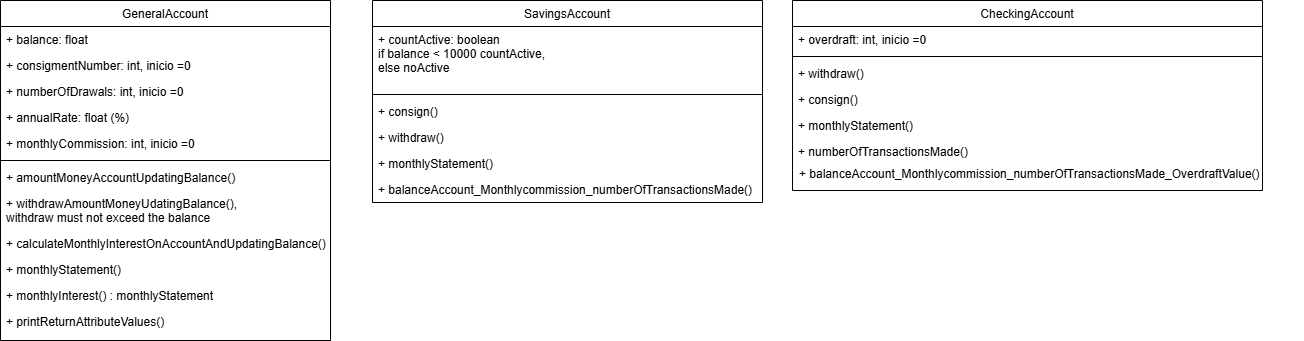
Above: diagram/ex_cuenta_bancaria_diagrama_de_clases.drawio.png in Andreina2/ex__java_cuenta_bancaria (draw.io), before the change. Source tidied: cells renumbered, new cells last; positions are measured from the earlier drawing's top-left corner, leaving out a move shared by most shapes. Its diagram source:
```xml
<mxGraphModel>
  <root>
    <mxCell id="0" />
    <mxCell id="1" parent="0" />
    <mxCell id="2" value="GeneralAccount" style="swimlane;fontStyle=0;align=center;verticalAlign=top;horizontal=1;startSize=26;rounded=0;shadow=0;strokeWidth=1;" parent="1" vertex="1">
      <mxGeometry width="330" height="340" as="geometry" />
    </mxCell>
    <mxCell id="3" value="+ balance: float" style="text;align=left;verticalAlign=top;spacingLeft=4;spacingRight=4;overflow=hidden;" parent="2" vertex="1">
      <mxGeometry y="26" width="330" height="26" as="geometry" />
    </mxCell>
    <mxCell id="4" value="+ consigmentNumber: int, inicio =0" style="text;align=left;verticalAlign=top;spacingLeft=4;spacingRight=4;overflow=hidden;" parent="2" vertex="1">
      <mxGeometry y="52" width="330" height="26" as="geometry" />
    </mxCell>
    <mxCell id="5" value="+ numberOfDrawals: int, inicio =0" style="text;align=left;verticalAlign=top;spacingLeft=4;spacingRight=4;overflow=hidden;" parent="2" vertex="1">
      <mxGeometry y="78" width="330" height="26" as="geometry" />
    </mxCell>
    <mxCell id="6" value="+ annualRate: float (%)" style="text;align=left;verticalAlign=top;spacingLeft=4;spacingRight=4;overflow=hidden;rounded=0;shadow=0;html=0;" parent="2" vertex="1">
      <mxGeometry y="104" width="330" height="26" as="geometry" />
    </mxCell>
    <mxCell id="7" value="+ monthlyCommission: int, inicio =0" style="text;align=left;verticalAlign=top;spacingLeft=4;spacingRight=4;overflow=hidden;rounded=0;shadow=0;html=0;" parent="2" vertex="1">
      <mxGeometry y="130" width="330" height="26" as="geometry" />
    </mxCell>
    <mxCell id="8" style="line;html=1;strokeWidth=1;align=left;verticalAlign=middle;spacingTop=-1;spacingLeft=3;spacingRight=3;labelPosition=right;" parent="2" vertex="1">
      <mxGeometry y="156" width="330" height="8" as="geometry" />
    </mxCell>
    <mxCell id="9" value="+ amountMoneyAccountUpdatingBalance()" style="text;align=left;verticalAlign=top;spacingLeft=4;spacingRight=4;overflow=hidden;rounded=0;shadow=0;html=0;" parent="2" vertex="1">
      <mxGeometry y="164" width="330" height="26" as="geometry" />
    </mxCell>
    <mxCell id="10" value="+ withdrawAmountMoneyUdatingBalance(), &#10;withdraw must not exceed the balance" style="text;align=left;verticalAlign=top;spacingLeft=4;spacingRight=4;overflow=hidden;rounded=0;shadow=0;html=0;" parent="2" vertex="1">
      <mxGeometry y="190" width="330" height="40" as="geometry" />
    </mxCell>
    <mxCell id="11" value="+ calculateMonthlyInterestOnAccountAndUpdatingBalance()" style="text;align=left;verticalAlign=top;spacingLeft=4;spacingRight=4;overflow=hidden;rounded=0;shadow=0;html=0;fontSize=12;" parent="2" vertex="1">
      <mxGeometry y="230" width="330" height="26" as="geometry" />
    </mxCell>
    <mxCell id="12" value="+ monthlyStatement()" style="text;align=left;verticalAlign=top;spacingLeft=4;spacingRight=4;overflow=hidden;rounded=0;shadow=0;html=0;" parent="2" vertex="1">
      <mxGeometry y="256" width="330" height="26" as="geometry" />
    </mxCell>
    <mxCell id="13" value="+ monthlyInterest() : monthlyStatement" style="text;align=left;verticalAlign=top;spacingLeft=4;spacingRight=4;overflow=hidden;rounded=0;shadow=0;html=0;" parent="2" vertex="1">
      <mxGeometry y="282" width="330" height="26" as="geometry" />
    </mxCell>
    <mxCell id="14" value="+ printReturnAttributeValues()" style="text;align=left;verticalAlign=top;spacingLeft=4;spacingRight=4;overflow=hidden;rounded=0;shadow=0;html=0;" parent="2" vertex="1">
      <mxGeometry y="308" width="330" height="26" as="geometry" />
    </mxCell>
    <mxCell id="15" value="SavingsAccount" style="swimlane;fontStyle=0;align=center;verticalAlign=top;horizontal=1;startSize=26;rounded=0;shadow=0;strokeWidth=1;" parent="1" vertex="1">
      <mxGeometry x="372" width="390" height="202" as="geometry" />
    </mxCell>
    <mxCell id="16" value="+ countActive: boolean&#10;if balance &lt; 10000 countActive, &#10;else noActive" style="text;align=left;verticalAlign=top;spacingLeft=4;spacingRight=4;overflow=hidden;" parent="15" vertex="1">
      <mxGeometry y="26" width="390" height="64" as="geometry" />
    </mxCell>
    <mxCell id="17" style="line;html=1;strokeWidth=1;align=left;verticalAlign=middle;spacingTop=-1;spacingLeft=3;spacingRight=3;labelPosition=right;" parent="15" vertex="1">
      <mxGeometry y="90" width="390" height="8" as="geometry" />
    </mxCell>
    <mxCell id="18" value="+ consign()" style="text;align=left;verticalAlign=top;spacingLeft=4;spacingRight=4;overflow=hidden;rounded=0;shadow=0;html=0;" parent="15" vertex="1">
      <mxGeometry y="98" width="390" height="26" as="geometry" />
    </mxCell>
    <mxCell id="19" value="+ withdraw()" style="text;align=left;verticalAlign=top;spacingLeft=4;spacingRight=4;overflow=hidden;rounded=0;shadow=0;html=0;" parent="15" vertex="1">
      <mxGeometry y="124" width="390" height="26" as="geometry" />
    </mxCell>
    <mxCell id="20" value="+ monthlyStatement()" style="text;align=left;verticalAlign=top;spacingLeft=4;spacingRight=4;overflow=hidden;rounded=0;shadow=0;html=0;" parent="15" vertex="1">
      <mxGeometry y="150" width="390" height="26" as="geometry" />
    </mxCell>
    <mxCell id="21" value="+ balanceAccount_Monthlycommission_numberOfTransactionsMade()" style="text;align=left;verticalAlign=top;spacingLeft=4;spacingRight=4;overflow=hidden;rounded=0;shadow=0;html=0;" parent="15" vertex="1">
      <mxGeometry y="176" width="390" height="26" as="geometry" />
    </mxCell>
    <mxCell id="22" value="CheckingAccount" style="swimlane;fontStyle=0;align=center;verticalAlign=top;horizontal=1;startSize=26;rounded=0;shadow=0;strokeWidth=1;" parent="1" vertex="1">
      <mxGeometry x="792" width="470" height="190" as="geometry" />
    </mxCell>
    <mxCell id="23" value="+ overdraft: int, inicio =0" style="text;align=left;verticalAlign=top;spacingLeft=4;spacingRight=4;overflow=hidden;" parent="22" vertex="1">
      <mxGeometry y="26" width="470" height="26" as="geometry" />
    </mxCell>
    <mxCell id="24" style="line;html=1;strokeWidth=1;align=left;verticalAlign=middle;spacingTop=-1;spacingLeft=3;spacingRight=3;labelPosition=right;" parent="22" vertex="1">
      <mxGeometry y="52" width="470" height="8" as="geometry" />
    </mxCell>
    <mxCell id="25" value="+ withdraw()" style="text;align=left;verticalAlign=top;spacingLeft=4;spacingRight=4;overflow=hidden;rounded=0;shadow=0;html=0;" parent="22" vertex="1">
      <mxGeometry y="60" width="470" height="26" as="geometry" />
    </mxCell>
    <mxCell id="26" value="+ consign()" style="text;align=left;verticalAlign=top;spacingLeft=4;spacingRight=4;overflow=hidden;rounded=0;shadow=0;html=0;" parent="22" vertex="1">
      <mxGeometry y="86" width="470" height="26" as="geometry" />
    </mxCell>
    <mxCell id="27" value="+ monthlyStatement()" style="text;align=left;verticalAlign=top;spacingLeft=4;spacingRight=4;overflow=hidden;rounded=0;shadow=0;html=0;" parent="22" vertex="1">
      <mxGeometry y="112" width="470" height="26" as="geometry" />
    </mxCell>
    <mxCell id="28" value="+ numberOfTransactionsMade()" style="text;align=left;verticalAlign=top;spacingLeft=4;spacingRight=4;overflow=hidden;rounded=0;shadow=0;html=0;" parent="22" vertex="1">
      <mxGeometry y="138" width="470" height="26" as="geometry" />
    </mxCell>
    <mxCell id="29" value="+ balanceAccount_Monthlycommission_numberOfTransactionsMade_OverdraftValue()" style="text;align=left;verticalAlign=top;spacingLeft=4;spacingRight=4;overflow=hidden;rounded=0;shadow=0;html=0;" parent="1" vertex="1">
      <mxGeometry x="793" y="160" width="510" height="26" as="geometry" />
    </mxCell>
  </root>
</mxGraphModel>
```
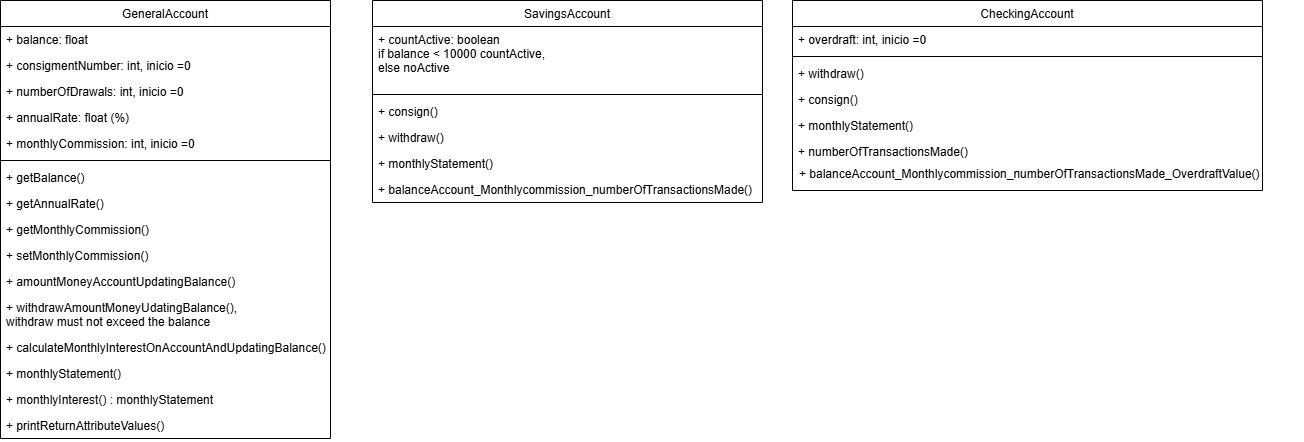
The same diagram one commit later.

The edit, as a diff of the source:
```diff
@@ -3,7 +3,7 @@
     <mxCell id="0" />
     <mxCell id="1" parent="0" />
     <mxCell id="2" value="GeneralAccount" style="swimlane;fontStyle=0;align=center;verticalAlign=top;horizontal=1;startSize=26;rounded=0;shadow=0;strokeWidth=1;" parent="1" vertex="1">
-      <mxGeometry width="330" height="340" as="geometry" />
+      <mxGeometry width="330" height="438" as="geometry" />
     </mxCell>
     <mxCell id="3" value="+ balance: float" style="text;align=left;verticalAlign=top;spacingLeft=4;spacingRight=4;overflow=hidden;" parent="2" vertex="1">
       <mxGeometry y="26" width="330" height="26" as="geometry" />
@@ -23,23 +23,35 @@
     <mxCell id="8" style="line;html=1;strokeWidth=1;align=left;verticalAlign=middle;spacingTop=-1;spacingLeft=3;spacingRight=3;labelPosition=right;" parent="2" vertex="1">
       <mxGeometry y="156" width="330" height="8" as="geometry" />
     </mxCell>
-    <mxCell id="9" value="+ amountMoneyAccountUpdatingBalance()" style="text;align=left;verticalAlign=top;spacingLeft=4;spacingRight=4;overflow=hidden;rounded=0;shadow=0;html=0;" parent="2" vertex="1">
+    <mxCell id="9" value="+ getBalance()" style="text;align=left;verticalAlign=top;spacingLeft=4;spacingRight=4;overflow=hidden;rounded=0;shadow=0;html=0;" parent="2" vertex="1">
       <mxGeometry y="164" width="330" height="26" as="geometry" />
     </mxCell>
+    <mxCell id="30" value="+ getAnnualRate()" style="text;align=left;verticalAlign=top;spacingLeft=4;spacingRight=4;overflow=hidden;rounded=0;shadow=0;html=0;" parent="2" vertex="1">
+      <mxGeometry y="190" width="330" height="26" as="geometry" />
+    </mxCell>
+    <mxCell id="31" value="+ getMonthlyCommission()" style="text;align=left;verticalAlign=top;spacingLeft=4;spacingRight=4;overflow=hidden;rounded=0;shadow=0;html=0;" parent="2" vertex="1">
+      <mxGeometry y="216" width="330" height="26" as="geometry" />
+    </mxCell>
+    <mxCell id="32" value="+ setMonthlyCommission()" style="text;align=left;verticalAlign=top;spacingLeft=4;spacingRight=4;overflow=hidden;rounded=0;shadow=0;html=0;" parent="2" vertex="1">
+      <mxGeometry y="242" width="330" height="26" as="geometry" />
+    </mxCell>
+    <mxCell id="33" value="+ amountMoneyAccountUpdatingBalance()" style="text;align=left;verticalAlign=top;spacingLeft=4;spacingRight=4;overflow=hidden;rounded=0;shadow=0;html=0;" parent="2" vertex="1">
+      <mxGeometry y="268" width="330" height="26" as="geometry" />
+    </mxCell>
     <mxCell id="10" value="+ withdrawAmountMoneyUdatingBalance(), &#10;withdraw must not exceed the balance" style="text;align=left;verticalAlign=top;spacingLeft=4;spacingRight=4;overflow=hidden;rounded=0;shadow=0;html=0;" parent="2" vertex="1">
-      <mxGeometry y="190" width="330" height="40" as="geometry" />
+      <mxGeometry y="294" width="330" height="40" as="geometry" />
     </mxCell>
     <mxCell id="11" value="+ calculateMonthlyInterestOnAccountAndUpdatingBalance()" style="text;align=left;verticalAlign=top;spacingLeft=4;spacingRight=4;overflow=hidden;rounded=0;shadow=0;html=0;fontSize=12;" parent="2" vertex="1">
-      <mxGeometry y="230" width="330" height="26" as="geometry" />
+      <mxGeometry y="334" width="330" height="26" as="geometry" />
     </mxCell>
     <mxCell id="12" value="+ monthlyStatement()" style="text;align=left;verticalAlign=top;spacingLeft=4;spacingRight=4;overflow=hidden;rounded=0;shadow=0;html=0;" parent="2" vertex="1">
-      <mxGeometry y="256" width="330" height="26" as="geometry" />
+      <mxGeometry y="360" width="330" height="26" as="geometry" />
     </mxCell>
     <mxCell id="13" value="+ monthlyInterest() : monthlyStatement" style="text;align=left;verticalAlign=top;spacingLeft=4;spacingRight=4;overflow=hidden;rounded=0;shadow=0;html=0;" parent="2" vertex="1">
-      <mxGeometry y="282" width="330" height="26" as="geometry" />
+      <mxGeometry y="386" width="330" height="26" as="geometry" />
     </mxCell>
     <mxCell id="14" value="+ printReturnAttributeValues()" style="text;align=left;verticalAlign=top;spacingLeft=4;spacingRight=4;overflow=hidden;rounded=0;shadow=0;html=0;" parent="2" vertex="1">
-      <mxGeometry y="308" width="330" height="26" as="geometry" />
+      <mxGeometry y="412" width="330" height="26" as="geometry" />
     </mxCell>
     <mxCell id="15" value="SavingsAccount" style="swimlane;fontStyle=0;align=center;verticalAlign=top;horizontal=1;startSize=26;rounded=0;shadow=0;strokeWidth=1;" parent="1" vertex="1">
       <mxGeometry x="372" width="390" height="202" as="geometry" />
```
